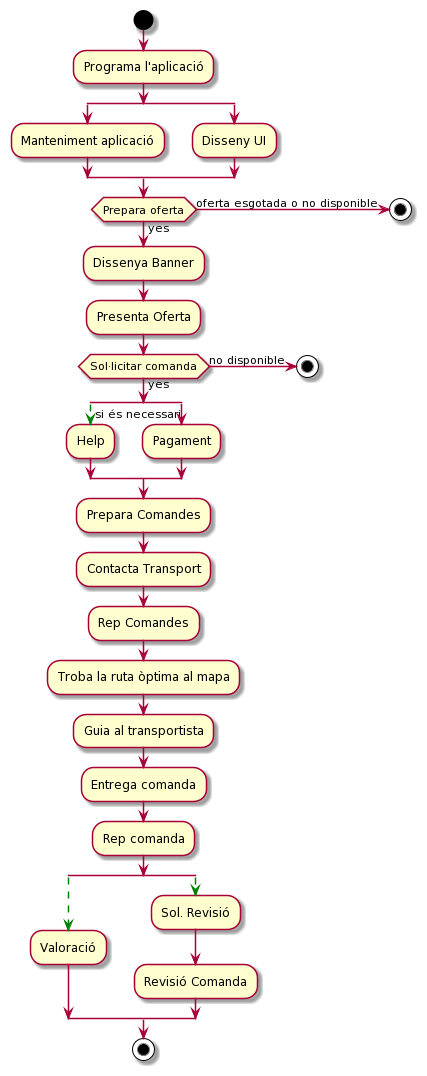
This is diagrams/Execucio_comanda.png from polpagesdev/delivery-app, a PlantUML export, as it was before one commit. The source it was exported from:
```plantuml
@startuml
start
:Programa l'aplicació;
split
:Manteniment aplicació;
split again
:Disseny UI;
endsplit
if (Prepara oferta) then (yes)
:Dissenya Banner;
:Presenta Oferta;
else (oferta esgotada o no disponible)
stop
endif
if (Sol·licitar comanda) then (yes)
split
-[#green,dashed]-> si és necessari;
:Help;
split again
:Pagament;
endsplit
:Prepara Comandes;
:Contacta Transport;
:Rep Comandes;
:Troba la ruta òptima al mapa;
:Guia al transportista;
:Entrega comanda;
:Rep comanda;
split
-[#green,dashed]->
:Valoració;
split again
-[#green,dashed]->
:Sol. Revisió;
:Revisió Comanda;
endsplit
else (no disponible)
stop
endif
stop
@enduml
```
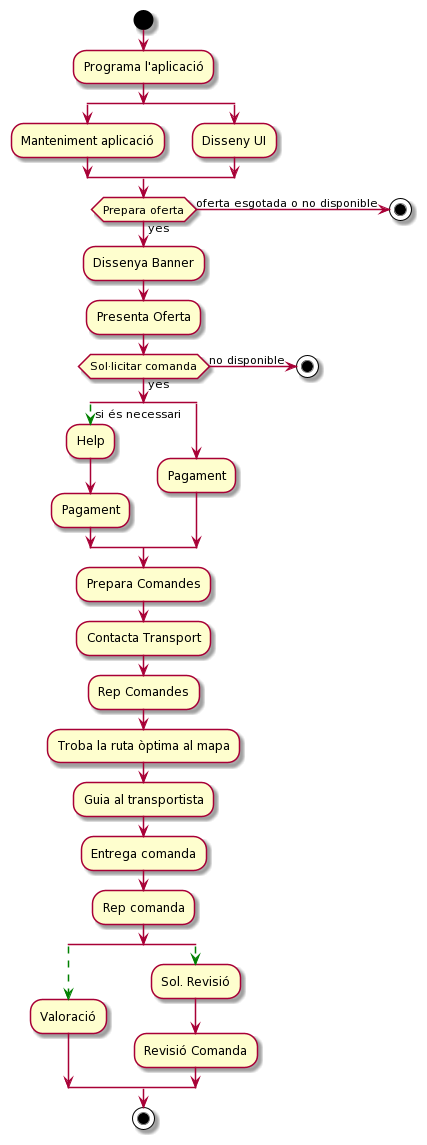
Later version of the same file.

Commit message:
Added the correct diagrams of 'Cas Us' and 'Execucio comanda'

What changed in the source:
```diff
@@ -16,6 +16,7 @@
 split
 -[#green,dashed]-> si és necessari;
 :Help;
+:Pagament;
 split again
 :Pagament;
 endsplit
```
